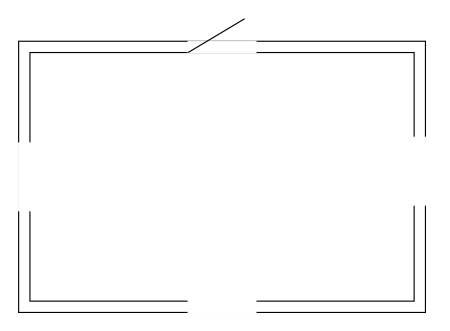
Earlier version of the draw.io diagram kssd.drawio (Punkoivan/linkedin). Source tidied: cells renumbered, new cells numbered last; positions are measured from the earlier drawing's top-left corner, leaving out a move shared by most shapes. Both pictures are drawn from the tidied source at 113%, with x=0, y=0 at pixel (-5, 18).
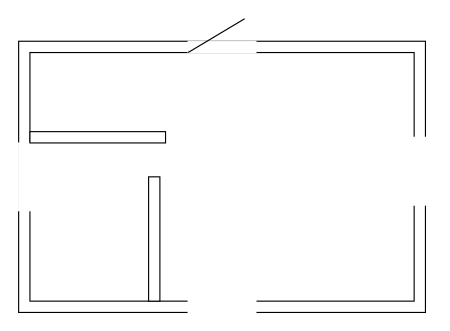
The same page after the edit.

Change to the diagram source:
```diff
@@
 <mxGraphModel>
   <root>
     <mxCell id="0" />
     <mxCell id="1" parent="0" />
     <mxCell id="2" style="rounded=0;whiteSpace=wrap;html=1;" parent="1" vertex="1">
       <mxGeometry x="20" y="20" width="360" height="240" as="geometry" />
     </mxCell>
     <mxCell id="3" style="rounded=0;whiteSpace=wrap;html=1;" parent="1" vertex="1">
       <mxGeometry x="30" y="30" width="340" height="220" as="geometry" />
     </mxCell>
     <mxCell id="4" style="rounded=0;whiteSpace=wrap;html=1;strokeColor=#FFFFFF;rotation=-90;" parent="1" vertex="1">
       <mxGeometry x="345" y="125" width="60" height="20" as="geometry" />
     </mxCell>
     <mxCell id="5" style="rounded=0;whiteSpace=wrap;html=1;strokeColor=#FFFFFF;" parent="1" vertex="1">
       <mxGeometry x="170" y="20" width="60" height="10" as="geometry" />
     </mxCell>
     <mxCell id="6" style="rounded=0;whiteSpace=wrap;html=1;strokeColor=#FFFFFF;rotation=-180;" parent="1" vertex="1">
       <mxGeometry x="170" y="240" width="60" height="20" as="geometry" />
     </mxCell>
     <mxCell id="7" style="rounded=0;whiteSpace=wrap;html=1;strokeColor=#FFFFFF;rotation=-90;" parent="1" vertex="1">
       <mxGeometry y="130" width="60" height="20" as="geometry" />
     </mxCell>
     <mxCell id="8" style="endArrow=none;html=1;rounded=0;" parent="1" edge="1">
       <mxGeometry relative="1" as="geometry">
         <mxPoint x="170" y="30" as="sourcePoint" />
         <mxPoint x="220" as="targetPoint" />
       </mxGeometry>
     </mxCell>
+    <mxCell id="9" style="rounded=0;whiteSpace=wrap;html=1;" parent="1" vertex="1">
+      <mxGeometry x="30" y="100" width="120" height="10" as="geometry" />
+    </mxCell>
+    <mxCell id="10" style="rounded=0;whiteSpace=wrap;html=1;rotation=90;" parent="1" vertex="1">
+      <mxGeometry x="85" y="190" width="110" height="10" as="geometry" />
+    </mxCell>
   </root>
 </mxGraphModel>
```
